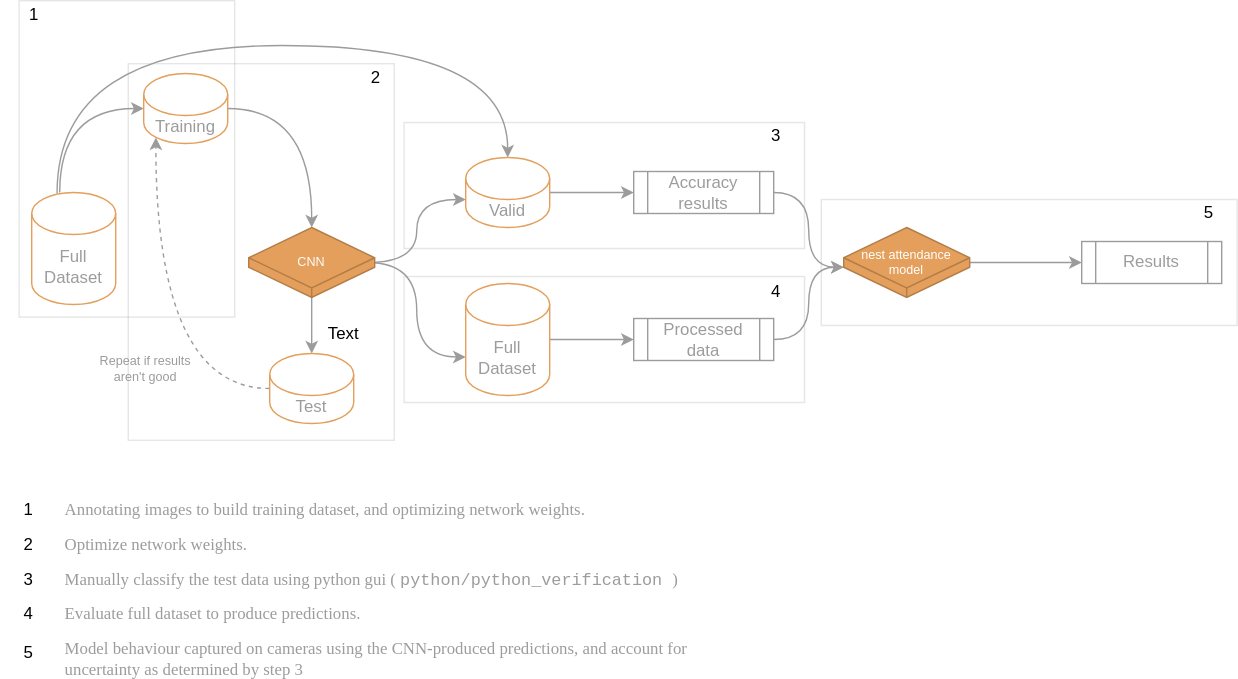
This is documents/flow.drawio.svg from robert-sipho/pefa_nest-cam, a draw.io export, as it was before one commit. Source tidied: cells renumbered, new cells last; positions are measured from the earlier drawing's top-left corner, leaving out a move shared by most shapes.
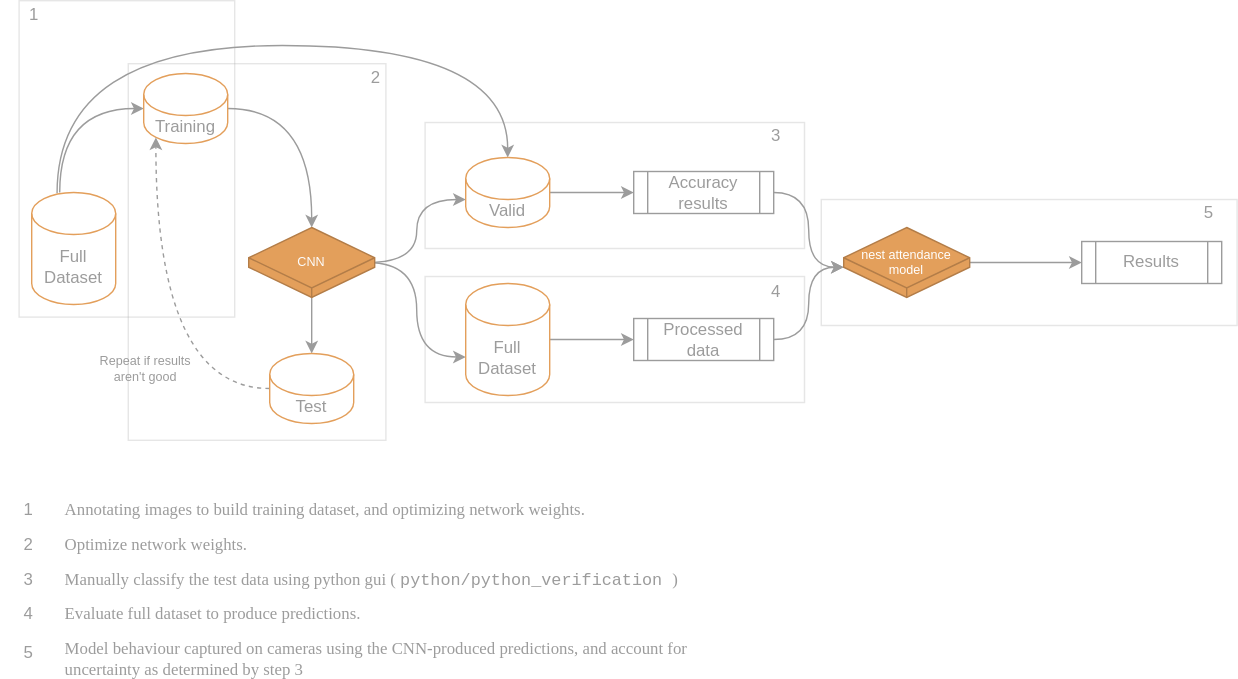
Above is the later version.

Diff of the diagram source:
```diff
@@ -9,7 +9,7 @@
         </Array>
       </mxGeometry>
     </mxCell>
-    <mxCell id="3" style="edgeStyle=orthogonalEdgeStyle;curved=1;sketch=0;jettySize=auto;html=1;entryX=0.5;entryY=0;entryDx=0;entryDy=0;entryPerimeter=0;strokeColor=#9C9C9C;fontColor=#9C9C9C;exitX=0.302;exitY=0.007;exitDx=0;exitDy=0;exitPerimeter=0;" parent="1" edge="1" source="4" target="16">
+    <mxCell id="3" style="edgeStyle=orthogonalEdgeStyle;curved=1;sketch=0;jettySize=auto;html=1;entryX=0.5;entryY=0;entryDx=0;entryDy=0;entryPerimeter=0;strokeColor=#9C9C9C;exitX=0.302;exitY=0.007;exitDx=0;exitDy=0;exitPerimeter=0;" parent="1" edge="1" source="4" target="16">
       <mxGeometry relative="1" as="geometry">
         <Array as="points">
           <mxPoint x="40" y="32" />
@@ -95,64 +95,61 @@
     <mxCell id="25" style="rounded=0;whiteSpace=wrap;html=1;fillColor=none;strokeColor=#9C9C9C;opacity=25;" parent="1" vertex="1">
       <mxGeometry x="13" width="154" height="226" as="geometry" />
     </mxCell>
-    <mxCell id="26" value="1" style="text;html=1;strokeColor=none;fillColor=none;align=center;verticalAlign=middle;whiteSpace=wrap;rounded=0;opacity=50;" parent="1" vertex="1">
+    <mxCell id="26" value="1" style="text;html=1;strokeColor=none;fillColor=none;align=center;verticalAlign=middle;whiteSpace=wrap;rounded=0;opacity=50;fontColor=#9C9C9C;" parent="1" vertex="1">
       <mxGeometry x="4" width="40" height="20" as="geometry" />
     </mxCell>
     <mxCell id="27" style="rounded=0;whiteSpace=wrap;html=1;fillColor=none;strokeColor=#9C9C9C;opacity=25;" parent="1" vertex="1">
-      <mxGeometry x="91" y="45" width="190" height="269" as="geometry" />
+      <mxGeometry x="91" y="45" width="184" height="269" as="geometry" />
     </mxCell>
-    <mxCell id="28" value="2" style="text;html=1;strokeColor=none;fillColor=none;align=center;verticalAlign=middle;whiteSpace=wrap;rounded=0;opacity=50;" parent="1" vertex="1">
+    <mxCell id="28" value="2" style="text;html=1;strokeColor=none;fillColor=none;align=center;verticalAlign=middle;whiteSpace=wrap;rounded=0;opacity=50;fontColor=#9C9C9C;" parent="1" vertex="1">
       <mxGeometry x="248" y="45" width="40" height="20" as="geometry" />
     </mxCell>
     <mxCell id="29" style="rounded=0;whiteSpace=wrap;html=1;fillColor=none;strokeColor=#9C9C9C;opacity=25;" parent="1" vertex="1">
-      <mxGeometry x="288" y="87" width="286" height="90" as="geometry" />
+      <mxGeometry x="303" y="87" width="271" height="90" as="geometry" />
     </mxCell>
     <mxCell id="30" style="rounded=0;whiteSpace=wrap;html=1;fillColor=none;strokeColor=#9C9C9C;opacity=25;" parent="1" vertex="1">
-      <mxGeometry x="288" y="197" width="286" height="90" as="geometry" />
+      <mxGeometry x="303" y="197" width="271" height="90" as="geometry" />
     </mxCell>
-    <mxCell id="31" value="3" style="text;html=1;strokeColor=none;fillColor=none;align=center;verticalAlign=middle;whiteSpace=wrap;rounded=0;opacity=50;" parent="1" vertex="1">
+    <mxCell id="31" value="3" style="text;html=1;strokeColor=none;fillColor=none;align=center;verticalAlign=middle;whiteSpace=wrap;rounded=0;opacity=50;fontColor=#9C9C9C;" parent="1" vertex="1">
       <mxGeometry x="534" y="87" width="40" height="20" as="geometry" />
     </mxCell>
-    <mxCell id="32" value="4" style="text;html=1;strokeColor=none;fillColor=none;align=center;verticalAlign=middle;whiteSpace=wrap;rounded=0;opacity=50;" parent="1" vertex="1">
+    <mxCell id="32" value="4" style="text;html=1;strokeColor=none;fillColor=none;align=center;verticalAlign=middle;whiteSpace=wrap;rounded=0;opacity=50;fontColor=#9C9C9C;" parent="1" vertex="1">
       <mxGeometry x="534" y="198" width="40" height="20" as="geometry" />
     </mxCell>
     <mxCell id="33" style="rounded=0;whiteSpace=wrap;html=1;fillColor=none;strokeColor=#9C9C9C;opacity=25;" parent="1" vertex="1">
       <mxGeometry x="586" y="142" width="297" height="90" as="geometry" />
     </mxCell>
-    <mxCell id="34" value="5" style="text;html=1;strokeColor=none;fillColor=none;align=center;verticalAlign=middle;whiteSpace=wrap;rounded=0;opacity=50;" parent="1" vertex="1">
+    <mxCell id="34" value="5" style="text;html=1;strokeColor=none;fillColor=none;align=center;verticalAlign=middle;whiteSpace=wrap;rounded=0;opacity=50;fontColor=#9C9C9C;" parent="1" vertex="1">
       <mxGeometry x="843" y="142" width="40" height="20" as="geometry" />
     </mxCell>
-    <mxCell id="35" value="1" style="text;html=1;strokeColor=none;fillColor=none;align=center;verticalAlign=middle;whiteSpace=wrap;rounded=0;opacity=50;" parent="1" vertex="1">
+    <mxCell id="35" value="1" style="text;html=1;strokeColor=none;fillColor=none;align=center;verticalAlign=middle;whiteSpace=wrap;rounded=0;opacity=50;fontColor=#9C9C9C;" parent="1" vertex="1">
       <mxGeometry y="354" width="40" height="20" as="geometry" />
     </mxCell>
-    <mxCell id="36" value="Text" style="text;html=1;strokeColor=none;fillColor=none;align=center;verticalAlign=middle;whiteSpace=wrap;rounded=0;opacity=25;" parent="1" vertex="1">
-      <mxGeometry x="225" y="228" width="40" height="20" as="geometry" />
-    </mxCell>
     <mxCell id="37" value="Annotating images to build training dataset, and optimizing network weights.&amp;nbsp;" style="text;html=1;strokeColor=none;fillColor=none;align=left;verticalAlign=middle;whiteSpace=wrap;rounded=0;opacity=25;fontFamily=Times New Roman;fontColor=#9C9C9C;" parent="1" vertex="1">
       <mxGeometry x="44" y="354" width="388" height="20" as="geometry" />
     </mxCell>
     <mxCell id="38" value="Optimize network weights." style="text;html=1;strokeColor=none;fillColor=none;align=left;verticalAlign=middle;whiteSpace=wrap;rounded=0;opacity=25;fontFamily=Times New Roman;fontColor=#9C9C9C;" parent="1" vertex="1">
       <mxGeometry x="44" y="379" width="388" height="20" as="geometry" />
     </mxCell>
-    <mxCell id="39" value="2" style="text;html=1;strokeColor=none;fillColor=none;align=center;verticalAlign=middle;whiteSpace=wrap;rounded=0;opacity=50;" parent="1" vertex="1">
+    <mxCell id="39" value="2" style="text;html=1;strokeColor=none;fillColor=none;align=center;verticalAlign=middle;whiteSpace=wrap;rounded=0;opacity=50;fontColor=#9C9C9C;" parent="1" vertex="1">
       <mxGeometry y="379" width="40" height="20" as="geometry" />
     </mxCell>
     <mxCell id="40" value="Manually classify the test data using python gui (&lt;font face=&quot;Courier New&quot;&gt;python/python_verification&lt;/font&gt;)" style="text;html=1;strokeColor=none;fillColor=none;align=left;verticalAlign=middle;whiteSpace=wrap;rounded=0;opacity=25;fontFamily=Times New Roman;fontColor=#9C9C9C;" parent="1" vertex="1">
       <mxGeometry x="44" y="404" width="495" height="20" as="geometry" />
     </mxCell>
-    <mxCell id="41" value="3" style="text;html=1;strokeColor=none;fillColor=none;align=center;verticalAlign=middle;whiteSpace=wrap;rounded=0;opacity=50;" parent="1" vertex="1">
+    <mxCell id="41" value="3" style="text;html=1;strokeColor=none;fillColor=none;align=center;verticalAlign=middle;whiteSpace=wrap;rounded=0;opacity=50;fontColor=#9C9C9C;" parent="1" vertex="1">
       <mxGeometry y="404" width="40" height="20" as="geometry" />
     </mxCell>
     <mxCell id="42" value="Evaluate full dataset to produce predictions." style="text;html=1;strokeColor=none;fillColor=none;align=left;verticalAlign=middle;whiteSpace=wrap;rounded=0;opacity=25;fontFamily=Times New Roman;fontColor=#9C9C9C;" parent="1" vertex="1">
       <mxGeometry x="44" y="428" width="495" height="20" as="geometry" />
     </mxCell>
-    <mxCell id="43" value="4" style="text;html=1;strokeColor=none;fillColor=none;align=center;verticalAlign=middle;whiteSpace=wrap;rounded=0;opacity=50;" parent="1" vertex="1">
+    <mxCell id="43" value="4" style="text;html=1;strokeColor=none;fillColor=none;align=center;verticalAlign=middle;whiteSpace=wrap;rounded=0;opacity=50;fontColor=#9C9C9C;" parent="1" vertex="1">
       <mxGeometry y="428" width="40" height="20" as="geometry" />
     </mxCell>
     <mxCell id="44" value="Model behaviour captured on cameras using the CNN-produced predictions, and account for uncertainty as determined by step 3" style="text;html=1;strokeColor=none;fillColor=none;align=left;verticalAlign=middle;whiteSpace=wrap;rounded=0;opacity=25;fontFamily=Times New Roman;fontColor=#9C9C9C;" parent="1" vertex="1">
       <mxGeometry x="44" y="460" width="495" height="20" as="geometry" />
     </mxCell>
-    <mxCell id="45" value="5" style="text;html=1;strokeColor=none;fillColor=none;align=center;verticalAlign=middle;whiteSpace=wrap;rounded=0;opacity=50;" parent="1" vertex="1">
+    <mxCell id="45" value="5" style="text;html=1;strokeColor=none;fillColor=none;align=center;verticalAlign=middle;whiteSpace=wrap;rounded=0;opacity=50;fontColor=#9C9C9C;" parent="1" vertex="1">
       <mxGeometry y="456" width="40" height="20" as="geometry" />
     </mxCell>
   </root>
```
